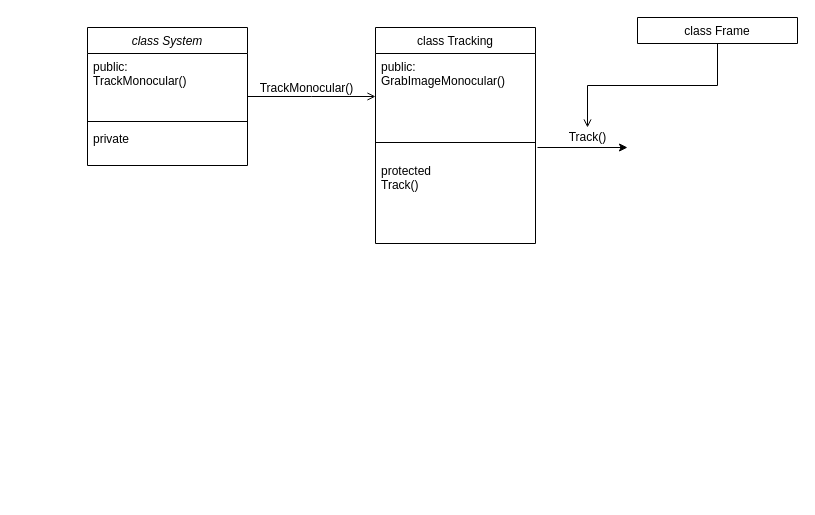
CloudyandWind/hello-world keeps this draw.io diagram as note/Untitled Diagram.drawio. Above is the earlier version. Source tidied: cells renumbered, new cells numbered last; positions are measured from the earlier drawing's top-left corner, leaving out a move shared by most shapes. Both pictures are drawn from the tidied source at 100%, with x=0, y=0 at pixel (87, 17).
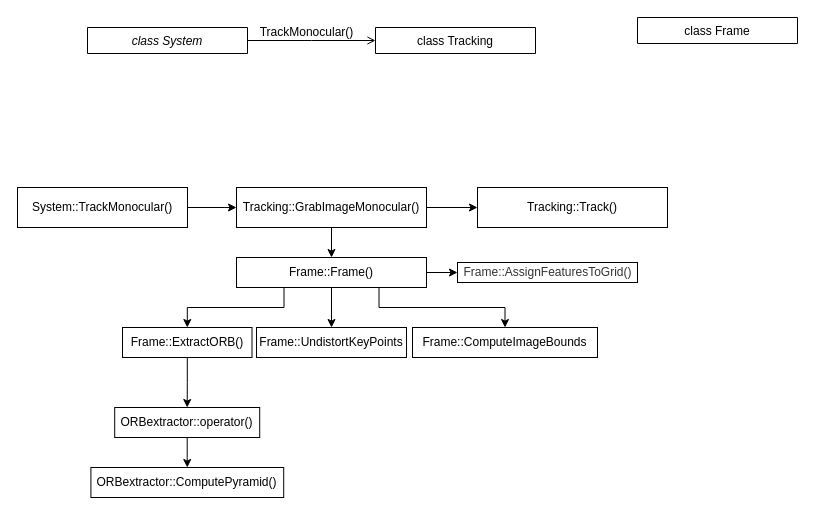
Above is the later version.

Unchanged cells that the change refers to:
```xml
<mxCell id="12" value="class Frame" style="swimlane;fontStyle=0;align=center;verticalAlign=top;horizontal=1;startSize=26;rounded=0;shadow=0;strokeWidth=1;" parent="1" vertex="1" collapsed="1">
  <mxGeometry x="550" width="160" height="26" as="geometry" />
</mxCell>
```

The edit, as a diff of the source:
```diff
@@
-    <mxCell id="2" value="class System" style="swimlane;fontStyle=2;align=center;verticalAlign=top;horizontal=1;startSize=26;rounded=0;shadow=0;strokeWidth=1;" parent="1" vertex="1">
-      <mxGeometry y="10" width="160" height="138" as="geometry" />
+    <mxCell id="2" value="class System" style="swimlane;fontStyle=2;align=center;verticalAlign=top;horizontal=1;startSize=26;rounded=0;shadow=0;strokeWidth=1;" parent="1" vertex="1" collapsed="1">
+      <mxGeometry y="10" width="160" height="26" as="geometry" />
     </mxCell>
-    <mxCell id="3" value="public:&#10;TrackMonocular()&#10;" style="text;align=left;verticalAlign=top;spacingLeft=4;spacingRight=4;overflow=hidden;" parent="2" vertex="1">
-      <mxGeometry y="26" width="160" height="64" as="geometry" />
-    </mxCell>
-    <mxCell id="4" style="line;html=1;strokeWidth=1;align=left;verticalAlign=middle;spacingTop=-1;spacingLeft=3;spacingRight=3;labelPosition=right;" parent="2" vertex="1">
-      <mxGeometry y="90" width="160" height="8" as="geometry" />
-    </mxCell>
-    <mxCell id="5" value="private" style="text;align=left;verticalAlign=top;spacingLeft=4;spacingRight=4;overflow=hidden;" parent="2" vertex="1">
-      <mxGeometry y="98" width="160" height="26" as="geometry" />
-    </mxCell>
-    <mxCell id="6" value="class Tracking" style="swimlane;fontStyle=0;align=center;verticalAlign=top;horizontal=1;startSize=26;rounded=0;shadow=0;strokeWidth=1;" parent="1" vertex="1">
-      <mxGeometry x="288" y="10" width="160" height="216" as="geometry" />
+    <mxCell id="6" value="class Tracking" style="swimlane;fontStyle=0;align=center;verticalAlign=top;horizontal=1;startSize=26;rounded=0;shadow=0;strokeWidth=1;" parent="1" vertex="1" collapsed="1">
+      <mxGeometry x="288" y="10" width="160" height="26" as="geometry" />
     </mxCell>
-    <mxCell id="7" value="public:&#10;GrabImageMonocular()&#10;" style="text;align=left;verticalAlign=top;spacingLeft=4;spacingRight=4;overflow=hidden;" parent="6" vertex="1">
-      <mxGeometry y="26" width="160" height="74" as="geometry" />
-    </mxCell>
-    <mxCell id="8" style="line;html=1;strokeWidth=1;align=left;verticalAlign=middle;spacingTop=-1;spacingLeft=3;spacingRight=3;labelPosition=right;" parent="6" vertex="1">
-      <mxGeometry y="100" width="160" height="30" as="geometry" />
-    </mxCell>
-    <mxCell id="9" value="protected&#10;Track()&#10;" style="text;align=left;verticalAlign=top;spacingLeft=4;spacingRight=4;overflow=hidden;" parent="6" vertex="1">
-      <mxGeometry y="130" width="160" height="80" as="geometry" />
-    </mxCell>
@@
-    <mxCell id="13" style="endArrow=open;shadow=0;strokeWidth=1;rounded=0;endFill=1;edgeStyle=elbowEdgeStyle;elbow=vertical;exitX=0.5;exitY=1;exitDx=0;exitDy=0;" parent="1" edge="1" source="12" target="15">
-      <mxGeometry x="0.5" y="41" relative="1" as="geometry">
-        <mxPoint x="-40" y="32" as="offset" />
-      </mxGeometry>
-    </mxCell>
-    <mxCell id="14" style="endArrow=classic;html=1;rounded=0;" parent="1" edge="1">
-      <mxGeometry relative="1" as="geometry">
-        <mxPoint x="450" y="130" as="sourcePoint" />
-        <mxPoint x="540" y="130" as="targetPoint" />
-      </mxGeometry>
-    </mxCell>
-    <mxCell id="15" value="Track()" style="text;html=1;align=center;verticalAlign=middle;points=[];strokeColor=none;fillColor=none;" parent="1" vertex="1">
-      <mxGeometry x="475" y="110" width="50" height="20" as="geometry" />
-    </mxCell>
+    <mxCell id="16" style="edgeStyle=orthogonalEdgeStyle;rounded=0;jettySize=auto;html=1;" parent="1" edge="1" source="17" target="20">
+      <mxGeometry relative="1" as="geometry" />
+    </mxCell>
+    <mxCell id="17" value="System::TrackMonocular()" style="rounded=0;whiteSpace=wrap;html=1;" parent="1" vertex="1">
+      <mxGeometry x="-70" y="170" width="170" height="40" as="geometry" />
+    </mxCell>
+    <mxCell id="18" style="edgeStyle=orthogonalEdgeStyle;rounded=0;jettySize=auto;html=1;" parent="1" edge="1" source="20" target="21">
+      <mxGeometry relative="1" as="geometry" />
+    </mxCell>
+    <mxCell id="19" style="edgeStyle=orthogonalEdgeStyle;rounded=0;jettySize=auto;html=1;" parent="1" edge="1" source="20" target="26">
+      <mxGeometry relative="1" as="geometry" />
+    </mxCell>
+    <mxCell id="20" value="Tracking::GrabImageMonocular()" style="rounded=0;whiteSpace=wrap;html=1;" parent="1" vertex="1">
+      <mxGeometry x="149" y="170" width="190" height="40" as="geometry" />
+    </mxCell>
+    <mxCell id="21" value="Tracking::Track()" style="rounded=0;whiteSpace=wrap;html=1;" parent="1" vertex="1">
+      <mxGeometry x="390" y="170" width="190" height="40" as="geometry" />
+    </mxCell>
+    <mxCell id="22" style="edgeStyle=orthogonalEdgeStyle;rounded=0;jettySize=auto;html=1;exitX=0.25;exitY=1;exitDx=0;exitDy=0;" parent="1" edge="1" source="26" target="29">
+      <mxGeometry relative="1" as="geometry" />
+    </mxCell>
+    <mxCell id="23" style="edgeStyle=orthogonalEdgeStyle;rounded=0;jettySize=auto;html=1;exitX=0.75;exitY=1;exitDx=0;exitDy=0;" parent="1" edge="1" source="26" target="31">
+      <mxGeometry relative="1" as="geometry" />
+    </mxCell>
+    <mxCell id="24" style="edgeStyle=orthogonalEdgeStyle;rounded=0;jettySize=auto;html=1;" parent="1" edge="1" source="26" target="30">
+      <mxGeometry relative="1" as="geometry" />
+    </mxCell>
+    <mxCell id="25" style="edgeStyle=orthogonalEdgeStyle;rounded=0;jettySize=auto;html=1;" parent="1" edge="1" source="26" target="27">
+      <mxGeometry relative="1" as="geometry" />
+    </mxCell>
+    <mxCell id="26" value="Frame::Frame()" style="rounded=0;whiteSpace=wrap;html=1;" parent="1" vertex="1">
+      <mxGeometry x="149" y="240" width="190" height="30" as="geometry" />
+    </mxCell>
+    <mxCell id="27" value="Frame::AssignFeaturesToGrid()" style="text;html=1;align=center;verticalAlign=middle;points=[];fillColor=#FFFFFF;fontColor=#333333;strokeColor=#000000;" parent="1" vertex="1">
+      <mxGeometry x="370" y="245" width="180" height="20" as="geometry" />
+    </mxCell>
+    <mxCell id="28" style="edgeStyle=orthogonalEdgeStyle;rounded=0;jettySize=auto;html=1;" parent="1" edge="1" source="29" target="33">
+      <mxGeometry relative="1" as="geometry" />
+    </mxCell>
+    <mxCell id="29" value="Frame::ExtractORB()" style="rounded=0;whiteSpace=wrap;html=1;" parent="1" vertex="1">
+      <mxGeometry x="35" y="310" width="129.5" height="30" as="geometry" />
+    </mxCell>
+    <mxCell id="30" value="Frame::UndistortKeyPoints" style="rounded=0;whiteSpace=wrap;html=1;" parent="1" vertex="1">
+      <mxGeometry x="169" y="310" width="150" height="30" as="geometry" />
+    </mxCell>
+    <mxCell id="31" value="Frame::ComputeImageBounds" style="rounded=0;whiteSpace=wrap;html=1;" parent="1" vertex="1">
+      <mxGeometry x="325" y="310" width="185" height="30" as="geometry" />
+    </mxCell>
+    <mxCell id="32" style="edgeStyle=orthogonalEdgeStyle;rounded=0;jettySize=auto;html=1;" parent="1" edge="1" source="33" target="34">
+      <mxGeometry relative="1" as="geometry" />
+    </mxCell>
+    <mxCell id="33" value="ORBextractor::operator()" style="rounded=0;whiteSpace=wrap;html=1;" parent="1" vertex="1">
+      <mxGeometry x="27.2" y="390" width="145" height="30" as="geometry" />
+    </mxCell>
+    <mxCell id="34" value="ORBextractor::ComputePyramid()" style="rounded=0;whiteSpace=wrap;html=1;" parent="1" vertex="1">
+      <mxGeometry x="3.4" y="450" width="192.8" height="30" as="geometry" />
+    </mxCell>
```
